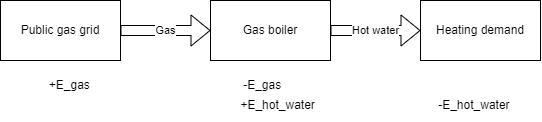
Before: docs/fig/example_energy_flow.png, a diagram exported from draw.io (QuaSi-Software/Documentation). Source tidied: cells renumbered, new cells last; positions are measured from the earlier drawing's top-left corner, leaving out a move shared by most shapes.
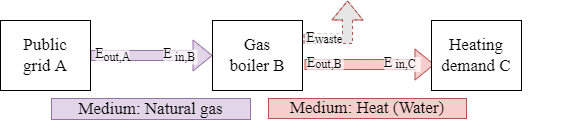
After the change.

Commit message:
Update section explaining energy flow and use better figure for explaining system interfaces.

Change to the diagram source:
```diff
@@ -2,26 +2,116 @@
   <root>
     <mxCell id="0" />
     <mxCell id="1" parent="0" />
-    <mxCell id="2" value="Heating demand" style="rounded=0;whiteSpace=wrap;html=1;" parent="1" vertex="1">
-      <mxGeometry x="420" width="120" height="60" as="geometry" />
-    </mxCell>
-    <mxCell id="3" value="Gas boiler" style="rounded=0;whiteSpace=wrap;html=1;" parent="1" vertex="1">
-      <mxGeometry x="210" width="120" height="60" as="geometry" />
-    </mxCell>
-    <mxCell id="4" value="Public gas grid" style="rounded=0;whiteSpace=wrap;html=1;" parent="1" vertex="1">
-      <mxGeometry width="120" height="60" as="geometry" />
-    </mxCell>
-    <mxCell id="5" value="Gas" style="shape=flexArrow;endArrow=classic;html=1;rounded=0;exitX=1;exitY=0.5;exitDx=0;exitDy=0;" parent="1" edge="1" source="4" target="3">
-      <mxGeometry relative="1" as="geometry" />
-    </mxCell>
-    <mxCell id="6" value="Hot water" style="shape=flexArrow;endArrow=classic;html=1;rounded=0;exitX=1;exitY=0.5;exitDx=0;exitDy=0;entryX=0;entryY=0.5;entryDx=0;entryDy=0;" parent="1" edge="1" source="3" target="2">
-      <mxGeometry relative="1" as="geometry" />
-    </mxCell>
-    <mxCell id="7" value="+E_gas&amp;nbsp; &amp;nbsp; &amp;nbsp; &amp;nbsp; &amp;nbsp; &amp;nbsp; &amp;nbsp; &amp;nbsp; &amp;nbsp; &amp;nbsp; &amp;nbsp; &amp;nbsp; &amp;nbsp; &amp;nbsp; &amp;nbsp; &amp;nbsp; &amp;nbsp; &amp;nbsp; &amp;nbsp; &amp;nbsp; &amp;nbsp; &amp;nbsp; &amp;nbsp; -E_gas" style="text;html=1;strokeColor=none;fillColor=none;align=center;verticalAlign=middle;whiteSpace=wrap;rounded=0;" parent="1" vertex="1">
-      <mxGeometry y="70" width="330" height="30" as="geometry" />
-    </mxCell>
-    <mxCell id="8" value="+E_hot_water&amp;nbsp; &amp;nbsp; &amp;nbsp; &amp;nbsp; &amp;nbsp; &amp;nbsp; &amp;nbsp; &amp;nbsp; &amp;nbsp; &amp;nbsp; &amp;nbsp; &amp;nbsp; &amp;nbsp; &amp;nbsp; &amp;nbsp; &amp;nbsp; &amp;nbsp; &amp;nbsp; &amp;nbsp;-E_hot_water" style="text;html=1;strokeColor=none;fillColor=none;align=center;verticalAlign=middle;whiteSpace=wrap;rounded=0;" parent="1" vertex="1">
-      <mxGeometry x="210" y="90" width="330" height="30" as="geometry" />
-    </mxCell>
+    <mxCell id="9" style="edgeStyle=orthogonalEdgeStyle;rounded=0;jettySize=auto;html=1;shape=flexArrow;fillColor=#e1d5e7;strokeColor=#9673a6;entryX=0;entryY=0.5;entryDx=0;entryDy=0;" parent="1" edge="1" source="10" target="12">
+      <mxGeometry relative="1" as="geometry" />
+    </mxCell>
+    <mxCell id="10" value="Public&lt;br&gt;grid A" style="rounded=0;whiteSpace=wrap;html=1;fontFamily=Times New Roman;fontSize=17;" parent="1" vertex="1">
+      <mxGeometry x="-150" y="40" width="90" height="70" as="geometry" />
+    </mxCell>
+    <mxCell id="11" style="edgeStyle=orthogonalEdgeStyle;rounded=0;jettySize=auto;html=1;shape=flexArrow;fillColor=#f8cecc;strokeColor=#b85450;entryX=0.033;entryY=0.629;entryDx=0;entryDy=0;entryPerimeter=0;" parent="1" edge="1" target="13">
+      <mxGeometry relative="1" as="geometry">
+        <mxPoint x="154" y="84" as="sourcePoint" />
+      </mxGeometry>
+    </mxCell>
+    <mxCell id="12" value="Gas&lt;br&gt;boiler B" style="rounded=0;whiteSpace=wrap;html=1;fontFamily=Times New Roman;fontSize=17;" parent="1" vertex="1">
+      <mxGeometry x="62" y="40" width="90" height="70" as="geometry" />
+    </mxCell>
+    <mxCell id="13" value="Heating&lt;br&gt;demand C" style="rounded=0;whiteSpace=wrap;html=1;fontFamily=Times New Roman;fontSize=17;" parent="1" vertex="1">
+      <mxGeometry x="281" y="40" width="90" height="70" as="geometry" />
+    </mxCell>
+    <mxCell id="14" value="Medium: Natural gas" style="rounded=0;whiteSpace=wrap;html=1;strokeColor=#9673a6;fillColor=#e1d5e7;fontFamily=Times New Roman;fontSize=17;" parent="1" vertex="1">
+      <mxGeometry x="-99" y="118" width="199" height="21" as="geometry" />
+    </mxCell>
+    <mxCell id="15" value="Medium: Heat (Water)" style="rounded=0;whiteSpace=wrap;html=1;strokeColor=#b85450;fillColor=#f8cecc;fontFamily=Times New Roman;fontSize=17;" parent="1" vertex="1">
+      <mxGeometry x="118" y="118" width="198" height="20" as="geometry" />
+    </mxCell>
+    <mxCell id="16" style="edgeStyle=orthogonalEdgeStyle;rounded=0;orthogonalLoop=1;jettySize=auto;html=1;shape=flexArrow;strokeColor=#b85450;dashed=1;fillColor=#E6E6E6;fontSize=14;" parent="1" edge="1">
+      <mxGeometry x="-0.41" y="20" relative="1" as="geometry">
+        <mxPoint x="153" y="58" as="sourcePoint" />
+        <mxPoint x="197" y="20" as="targetPoint" />
+        <Array as="points">
+          <mxPoint x="197" y="58" />
+        </Array>
+        <mxPoint x="-17" y="10" as="offset" />
+      </mxGeometry>
+    </mxCell>
+    <mxCell id="17" style="group;fontSize=12;" parent="1" vertex="1">
+      <mxGeometry x="-58" y="64" width="42" height="23" as="geometry" />
+    </mxCell>
+    <mxCell id="18" style="rounded=0;whiteSpace=wrap;html=1;labelBackgroundColor=none;fontFamily=Times New Roman;fontSize=10;strokeColor=none;fillColor=#FFFFFF;opacity=70;" parent="17" vertex="1">
+      <mxGeometry x="3.1" y="5" width="33.8" height="15" as="geometry" />
+    </mxCell>
+    <mxCell id="19" style="group;labelBackgroundColor=none;" parent="17" vertex="1">
+      <mxGeometry width="42" height="23" as="geometry" />
+    </mxCell>
+    <mxCell id="20" value="&lt;font style=&quot;font-size: 14px;&quot;&gt;E&lt;/font&gt;" style="text;html=1;strokeColor=none;fillColor=none;align=center;verticalAlign=middle;whiteSpace=wrap;rounded=0;fontFamily=Times New Roman;" parent="19" vertex="1">
+      <mxGeometry width="15.4" height="20" as="geometry" />
+    </mxCell>
+    <mxCell id="21" value="out,A" style="text;html=1;strokeColor=none;fillColor=none;align=center;verticalAlign=middle;whiteSpace=wrap;rounded=0;fontSize=12;fontFamily=Times New Roman;labelBackgroundColor=none;" parent="17" vertex="1">
+      <mxGeometry x="13.3" y="8" width="23.6" height="9" as="geometry" />
+    </mxCell>
+    <mxCell id="22" style="group;fontSize=14;" parent="1" vertex="1">
+      <mxGeometry x="156" y="72.5" width="48" height="23" as="geometry" />
+    </mxCell>
+    <mxCell id="23" style="group;labelBackgroundColor=none;fontSize=14;" parent="22" vertex="1">
+      <mxGeometry x="-3.9" width="48" height="23" as="geometry" />
+    </mxCell>
+    <mxCell id="24" style="rounded=0;whiteSpace=wrap;html=1;labelBackgroundColor=none;fontFamily=Times New Roman;fontSize=14;strokeColor=none;fillColor=#FFFFFF;opacity=70;" parent="23" vertex="1">
+      <mxGeometry x="4.7" y="4" width="36.5" height="15" as="geometry" />
+    </mxCell>
+    <mxCell id="25" value="E" style="text;html=1;strokeColor=none;fillColor=none;align=center;verticalAlign=middle;whiteSpace=wrap;rounded=0;fontFamily=Times New Roman;fontSize=14;" parent="23" vertex="1">
+      <mxGeometry width="17.6" height="20" as="geometry" />
+    </mxCell>
+    <mxCell id="26" value="&lt;font style=&quot;font-size: 12px;&quot;&gt;out,B&lt;/font&gt;" style="text;html=1;strokeColor=none;fillColor=none;align=center;verticalAlign=middle;whiteSpace=wrap;rounded=0;fontSize=14;fontFamily=Times New Roman;labelBackgroundColor=none;" parent="23" vertex="1">
+      <mxGeometry x="12.7" y="7" width="26.9" height="9" as="geometry" />
+    </mxCell>
+    <mxCell id="27" style="group;fontSize=14;" parent="1" vertex="1">
+      <mxGeometry x="153" y="48" width="41" height="23" as="geometry" />
+    </mxCell>
+    <mxCell id="28" style="rounded=0;whiteSpace=wrap;html=1;labelBackgroundColor=none;fontFamily=Times New Roman;fontSize=14;strokeColor=none;fillColor=#FFFFFF;opacity=70;" parent="27" vertex="1">
+      <mxGeometry x="3" y="4" width="35" height="16" as="geometry" />
+    </mxCell>
+    <mxCell id="29" style="group;labelBackgroundColor=none;fontSize=14;" parent="27" vertex="1">
+      <mxGeometry width="41" height="23" as="geometry" />
+    </mxCell>
+    <mxCell id="30" value="E" style="text;html=1;strokeColor=none;fillColor=none;align=center;verticalAlign=middle;whiteSpace=wrap;rounded=0;fontFamily=Times New Roman;fontSize=14;" parent="29" vertex="1">
+      <mxGeometry width="15" height="20" as="geometry" />
+    </mxCell>
+    <mxCell id="31" value="&lt;font style=&quot;font-size: 12px;&quot;&gt;waste&lt;/font&gt;" style="text;html=1;strokeColor=none;fillColor=none;align=center;verticalAlign=middle;whiteSpace=wrap;rounded=0;fontSize=14;fontFamily=Times New Roman;labelBackgroundColor=none;" parent="27" vertex="1">
+      <mxGeometry x="14" y="6" width="23" height="10" as="geometry" />
+    </mxCell>
+    <mxCell id="32" style="rounded=0;whiteSpace=wrap;html=1;labelBackgroundColor=none;fontFamily=Times New Roman;fontSize=14;strokeColor=none;fillColor=#FFFFFF;opacity=70;" parent="1" vertex="1">
+      <mxGeometry x="376.6" y="68" width="33.4" height="15" as="geometry" />
+    </mxCell>
+    <mxCell id="33" style="group;fontSize=12;" parent="1" vertex="1">
+      <mxGeometry x="10" y="64" width="42" height="23" as="geometry" />
+    </mxCell>
+    <mxCell id="34" style="rounded=0;whiteSpace=wrap;html=1;labelBackgroundColor=none;fontFamily=Times New Roman;fontSize=10;strokeColor=none;fillColor=#FFFFFF;opacity=70;" parent="33" vertex="1">
+      <mxGeometry x="3.1" y="5" width="33.8" height="15" as="geometry" />
+    </mxCell>
+    <mxCell id="35" style="group;labelBackgroundColor=none;" parent="33" vertex="1">
+      <mxGeometry width="42" height="23" as="geometry" />
+    </mxCell>
+    <mxCell id="36" value="&lt;font style=&quot;font-size: 14px;&quot;&gt;E&lt;/font&gt;" style="text;html=1;strokeColor=none;fillColor=none;align=center;verticalAlign=middle;whiteSpace=wrap;rounded=0;fontFamily=Times New Roman;" parent="35" vertex="1">
+      <mxGeometry width="15.4" height="20" as="geometry" />
+    </mxCell>
+    <mxCell id="37" value="in,B" style="text;html=1;strokeColor=none;fillColor=none;align=center;verticalAlign=middle;whiteSpace=wrap;rounded=0;fontSize=12;fontFamily=Times New Roman;labelBackgroundColor=none;" parent="33" vertex="1">
+      <mxGeometry x="13.3" y="8" width="23.6" height="9" as="geometry" />
+    </mxCell>
+    <mxCell id="38" style="group;fontSize=14;" parent="1" vertex="1">
+      <mxGeometry x="233" y="72.5" width="48" height="23" as="geometry" />
+    </mxCell>
+    <mxCell id="39" style="group;labelBackgroundColor=none;fontSize=14;" parent="38" vertex="1">
+      <mxGeometry x="-3.9" width="48" height="23" as="geometry" />
+    </mxCell>
+    <mxCell id="40" style="rounded=0;whiteSpace=wrap;html=1;labelBackgroundColor=none;fontFamily=Times New Roman;fontSize=14;strokeColor=none;fillColor=#FFFFFF;opacity=70;" parent="39" vertex="1">
+      <mxGeometry x="4.7" y="4" width="36.5" height="15" as="geometry" />
+    </mxCell>
+    <mxCell id="41" value="E" style="text;html=1;strokeColor=none;fillColor=none;align=center;verticalAlign=middle;whiteSpace=wrap;rounded=0;fontFamily=Times New Roman;fontSize=14;" parent="39" vertex="1">
+      <mxGeometry width="17.6" height="20" as="geometry" />
+    </mxCell>
+    <mxCell id="42" value="&lt;font style=&quot;font-size: 12px&quot;&gt;in,C&lt;/font&gt;" style="text;html=1;strokeColor=none;fillColor=none;align=center;verticalAlign=middle;whiteSpace=wrap;rounded=0;fontSize=14;fontFamily=Times New Roman;labelBackgroundColor=none;" parent="39" vertex="1">
+      <mxGeometry x="12.7" y="7" width="26.9" height="9" as="geometry" />
+    </mxCell>
   </root>
 </mxGraphModel>
```
